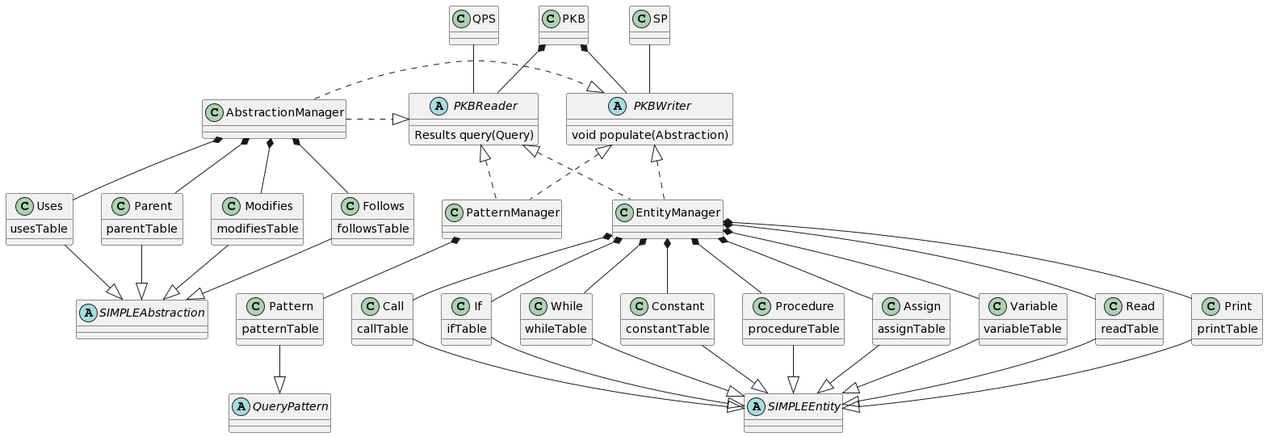
Above: docs/images/PKBClassDiagram.png in mazx4960/static-analyzer (PlantUML), before the change.
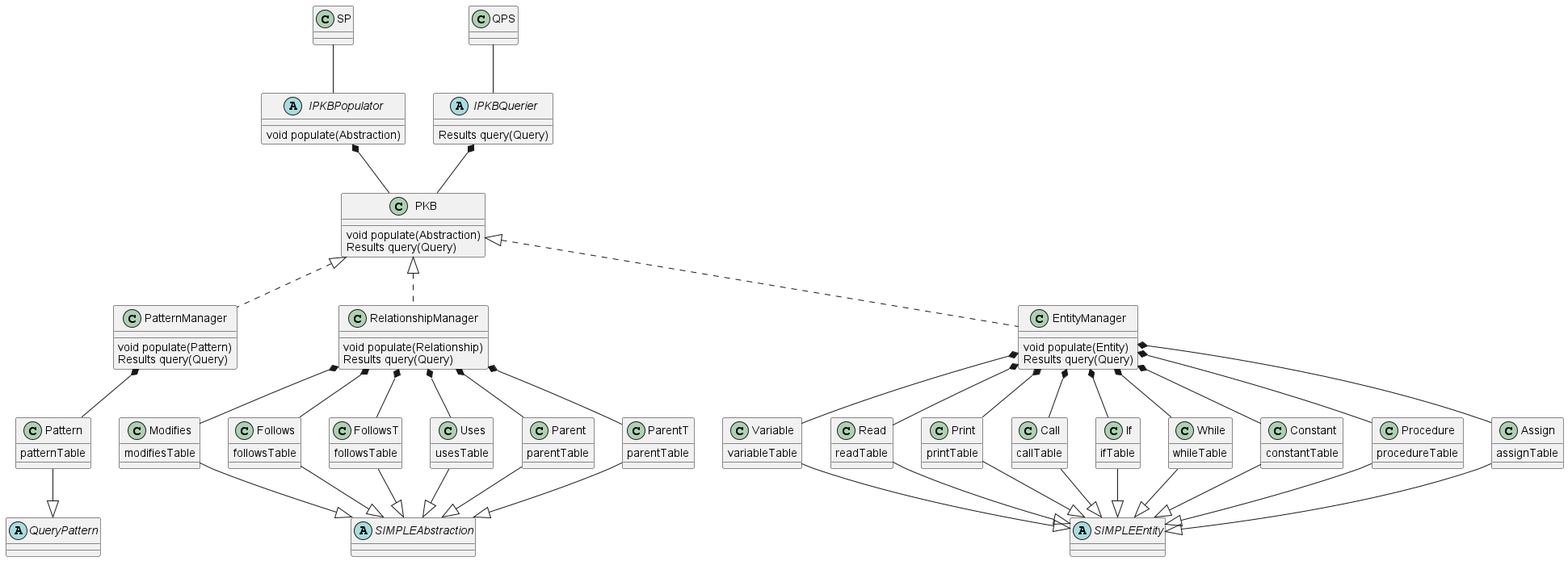
After the commit.

Commit message:
docs: update uml diagram

The edit, as a diff of the source:
```diff
@@ -1,19 +1,34 @@
 @startuml
+
 class SP
 class QPS
 class PKB
 
-abstract class PKBWriter {
+abstract class IPKBPopulator {
 	void populate(Abstraction)
 }
 
-abstract class PKBReader {
+abstract class IPKBQuerier {
 	Results query(Query)
 }
 
-class "EntityManager"
-class "AbstractionManager"
-class "PatternManager"
+class EntityManager {
+    void populate(Entity)
+    Results query(Query)
+}
+class RelationshipManager {
+    void populate(Relationship)
+    Results query(Query)
+}
+class PatternManager {
+    void populate(Pattern)
+    Results query(Query)
+}
+
+class PKB {
+    void populate(Abstraction)
+    Results query(Query)
+}
 
 abstract class "SIMPLEAbstraction"
 abstract class "SIMPLEEntity"
@@ -67,6 +82,10 @@
 	followsTable
 }
 
+class FollowsT {
+	followsTable
+}
+
 class Uses {
 	usesTable
 }
@@ -75,20 +94,19 @@
 	parentTable
 }
 
+class ParentT {
+	parentTable
+}
 
-PKB *-down- PKBWriter
-PKB *-down- PKBReader
-SP -down- PKBWriter
-QPS -down- PKBReader
 
-PKBWriter <|.down. EntityManager
-PKBReader <|.down. EntityManager
+IPKBPopulator *-down- PKB
+IPKBQuerier *-down- PKB
+SP -down- IPKBPopulator
+QPS -down- IPKBQuerier
 
-PKBWriter <|.down.  PatternManager
-PKBReader <|.down. PatternManager
-
-PKBWriter <|.left.  AbstractionManager
-PKBReader <|.left. AbstractionManager
+PKB <|.down. EntityManager
+PKB <|.down.  PatternManager
+PKB <|.down.  RelationshipManager
 
 Variable -up-* EntityManager
 Read -up-* EntityManager
@@ -110,17 +128,22 @@
 Procedure -down-|> SIMPLEEntity
 Assign -down-|> SIMPLEEntity
 
-Modifies -up-* AbstractionManager
-Follows -up-* AbstractionManager
-Uses -up-* AbstractionManager
-Parent -up-* AbstractionManager
+Modifies -up-* RelationshipManager
+Follows -up-* RelationshipManager
+FollowsT -up-* RelationshipManager
+Uses -up-* RelationshipManager
+Parent -up-* RelationshipManager
+ParentT -up-* RelationshipManager
 
 
 Modifies -down-|> SIMPLEAbstraction
 Follows -down-|> SIMPLEAbstraction
+FollowsT -down-|> SIMPLEAbstraction
 Uses -down-|> SIMPLEAbstraction
 Parent -down-|> SIMPLEAbstraction
+ParentT -down-|> SIMPLEAbstraction
 
 Pattern -up-* PatternManager
 Pattern -down-|> QueryPattern
+
 @enduml
```
